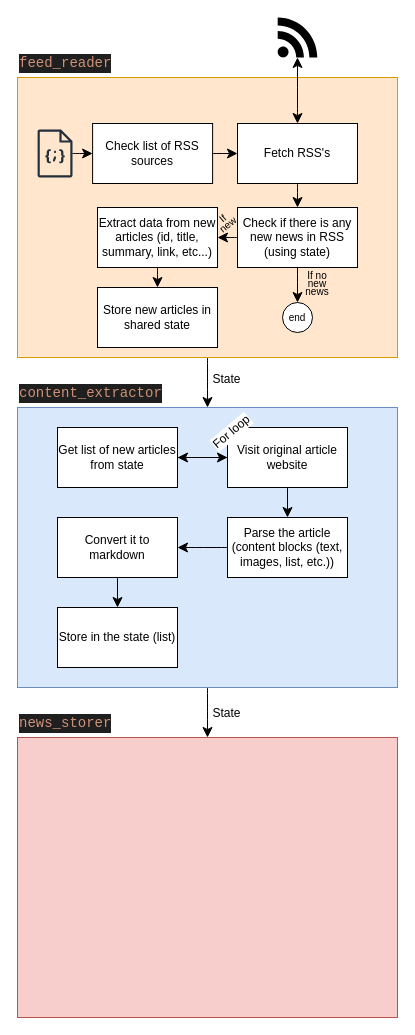
This is architecture/rss_architecture.drawio from JoniHonkanen/newsroom_production, a draw.io file, before an edit. Source tidied: cells renumbered, new cells numbered last; positions are measured from the earlier drawing's top-left corner, leaving out a move shared by most shapes. Both pictures are drawn from the tidied source at 100%, with x=0, y=0 at pixel (17, 17).
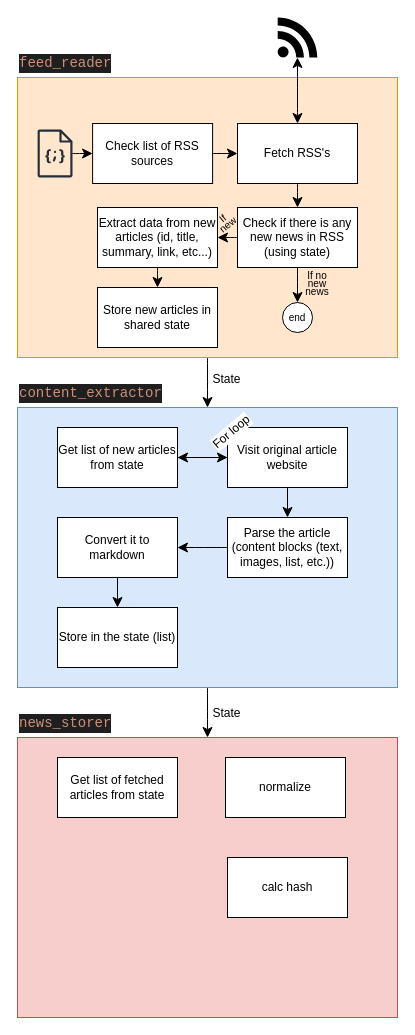
The same diagram, later.

The edit, as a diff of the source:
```diff
@@
+    <mxCell id="41" value="Get list of fetched articles from state" style="rounded=0;whiteSpace=wrap;html=1;" parent="1" vertex="1">
+      <mxGeometry x="40" y="740" width="120" height="60" as="geometry" />
+    </mxCell>
+    <mxCell id="42" value="normalize" style="rounded=0;whiteSpace=wrap;html=1;" parent="1" vertex="1">
+      <mxGeometry x="208" y="740" width="120" height="60" as="geometry" />
+    </mxCell>
+    <mxCell id="43" value="calc hash" style="rounded=0;whiteSpace=wrap;html=1;" parent="1" vertex="1">
+      <mxGeometry x="210" y="840" width="120" height="60" as="geometry" />
+    </mxCell>
```
